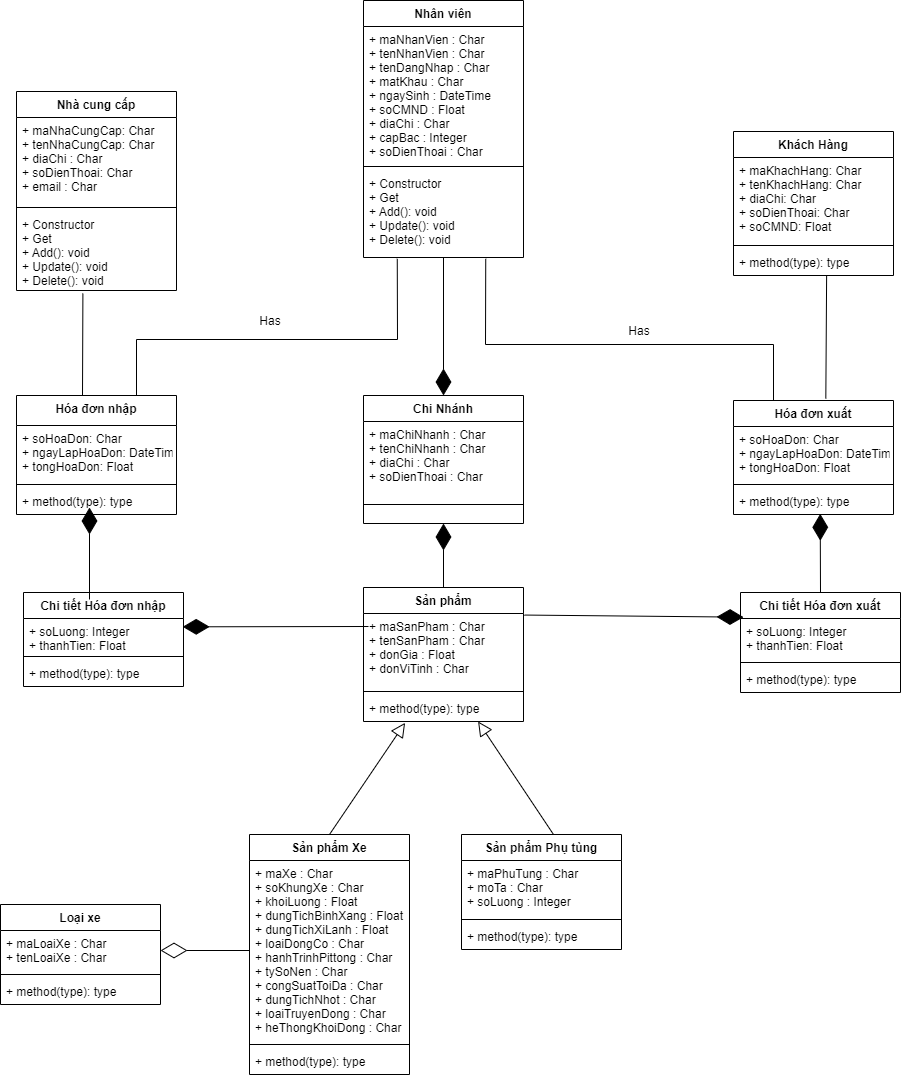
Above: Sơ Đồ Class.png in ChauCongTu/thiet-ke-linh-tinh (draw.io), before the change. Source tidied: cells renumbered, new cells last; positions are measured from the earlier drawing's top-left corner, leaving out a move shared by most shapes.
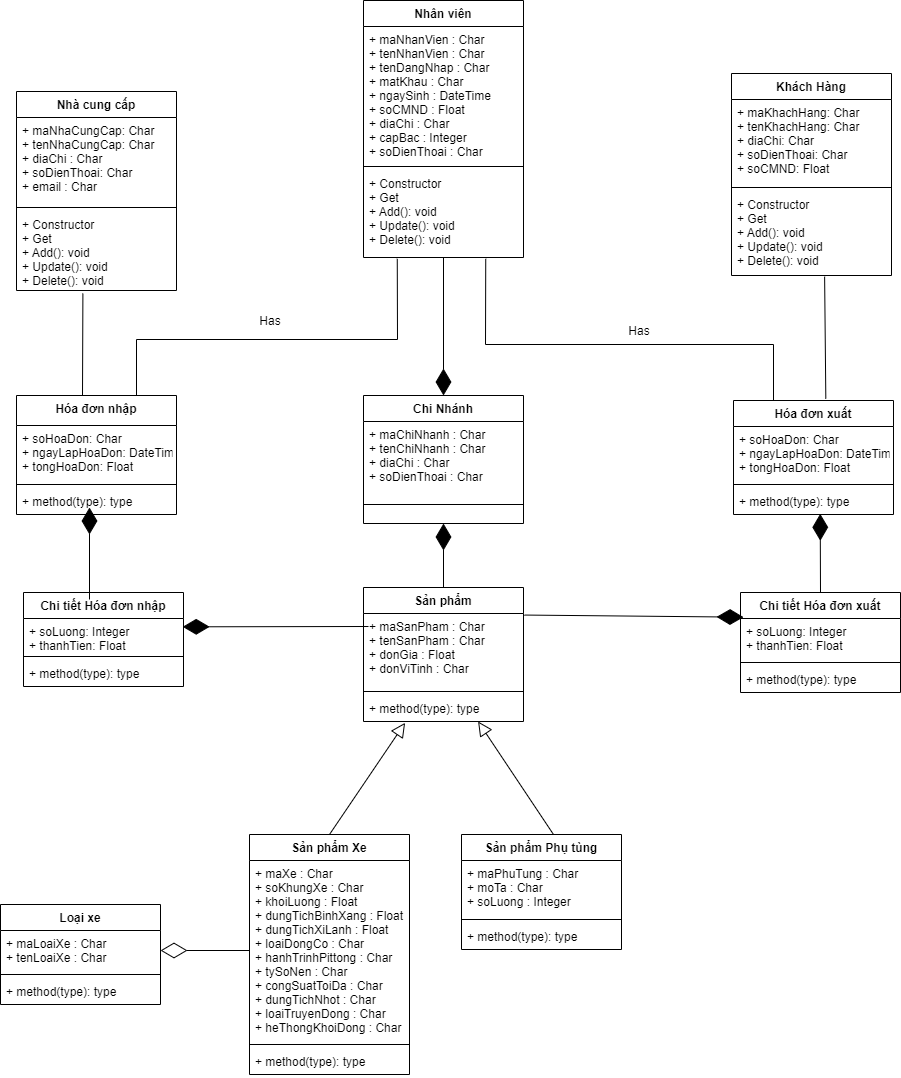
The same diagram one commit later.

Commit message:
Cập nhật Sơ Đồ Class.png

Change to the diagram source:
```diff
@@ -12,7 +12,7 @@
       <mxGeometry y="90" width="160" height="38" as="geometry" />
     </mxCell>
     <mxCell id="5" value="Khách Hàng" style="swimlane;fontStyle=1;align=center;verticalAlign=top;horizontal=1;startSize=26;" parent="1" vertex="1">
-      <mxGeometry x="733" y="131" width="160" height="144" as="geometry" />
+      <mxGeometry x="731" y="73" width="160" height="202" as="geometry" />
     </mxCell>
     <mxCell id="6" value="+ maKhachHang: Char&#10;+ tenKhachHang: Char&#10;+ diaChi: Char&#10;+ soDienThoai: Char&#10;+ soCMND: Float" style="text;strokeColor=none;fillColor=none;align=left;verticalAlign=top;spacingLeft=4;spacingRight=4;overflow=hidden;" parent="5" vertex="1">
       <mxGeometry y="26" width="160" height="84" as="geometry" />
@@ -20,8 +20,8 @@
     <mxCell id="7" style="line;strokeWidth=1;fillColor=none;align=left;verticalAlign=middle;spacingTop=-1;spacingLeft=3;spacingRight=3;labelPosition=right;strokeColor=inherit;" parent="5" vertex="1">
       <mxGeometry y="110" width="160" height="8" as="geometry" />
     </mxCell>
-    <mxCell id="8" value="+ method(type): type" style="text;strokeColor=none;fillColor=none;align=left;verticalAlign=top;spacingLeft=4;spacingRight=4;overflow=hidden;points=[[0,0.5],[1,0.5]];portConstraint=eastwest;" parent="5" vertex="1">
-      <mxGeometry y="118" width="160" height="26" as="geometry" />
+    <mxCell id="8" value="+ Constructor&#10;+ Get&#10;+ Add(): void&#10;+ Update(): void&#10;+ Delete(): void" style="text;strokeColor=none;fillColor=none;align=left;verticalAlign=top;spacingLeft=4;spacingRight=4;overflow=hidden;points=[[0,0.5],[1,0.5]];portConstraint=eastwest;" parent="5" vertex="1">
+      <mxGeometry y="118" width="160" height="84" as="geometry" />
     </mxCell>
     <mxCell id="9" value="Nhà cung cấp" style="swimlane;fontStyle=1;align=center;verticalAlign=top;horizontal=1;startSize=26;" parent="1" vertex="1">
       <mxGeometry x="16" y="91" width="160" height="199" as="geometry" />
```
